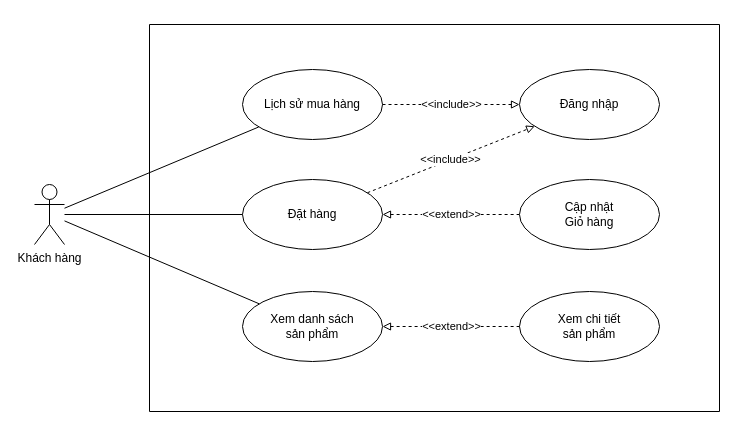
This is page "Page-1" (1 of 5) of Nam3_HK1/CNPM_SoftTech/Usecase Diagrams/UD_4_SalesPage.drawio from EdgarIgnite16/SGU-Course, a draw.io file, before an edit. Source tidied: cells renumbered, new cells numbered last; positions are measured from the earlier drawing's top-left corner, leaving out a move shared by most shapes. Both pictures are drawn from the tidied source at 100%, with x=0, y=0 at pixel (34, 24).
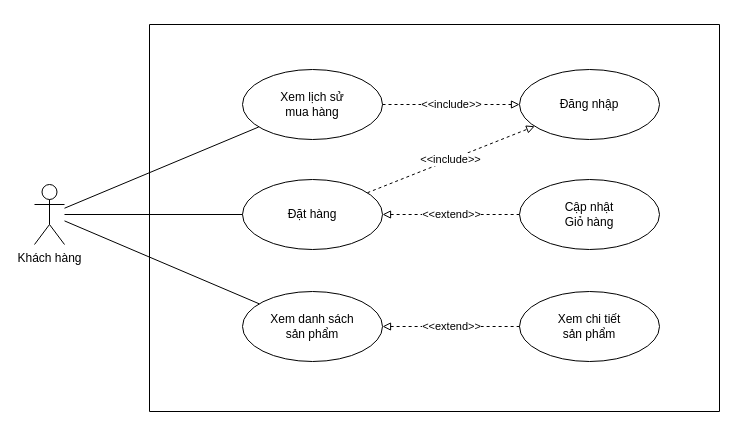
After the change.

Diff of the diagram source:
```diff
@@
 <mxGraphModel>
   <root>
     <mxCell id="0" />
     <mxCell id="1" parent="0" />
     <mxCell id="2" style="edgeStyle=none;rounded=0;jettySize=auto;html=1;startArrow=none;startFill=0;endArrow=none;endFill=0;" parent="1" edge="1" source="3" target="9">
       <mxGeometry relative="1" as="geometry" />
     </mxCell>
     <mxCell id="3" value="Khách hàng" style="shape=umlActor;verticalLabelPosition=bottom;verticalAlign=top;html=1;outlineConnect=0;" parent="1" vertex="1">
       <mxGeometry y="160" width="30" height="60" as="geometry" />
     </mxCell>
     <mxCell id="4" style="swimlane;startSize=0;" parent="1" vertex="1">
       <mxGeometry x="115" width="570" height="387" as="geometry" />
     </mxCell>
     <mxCell id="5" value="Đăng nhập" style="ellipse;whiteSpace=wrap;html=1;" parent="4" vertex="1">
       <mxGeometry x="370" y="45" width="140" height="70" as="geometry" />
     </mxCell>
     <mxCell id="6" value="&amp;lt;&amp;lt;include&amp;gt;&amp;gt;" style="edgeStyle=none;rounded=0;jettySize=auto;html=1;startArrow=none;startFill=0;endArrow=block;endFill=0;dashed=1;" parent="4" edge="1" source="7" target="5">
       <mxGeometry relative="1" as="geometry" />
     </mxCell>
     <mxCell id="7" value="Đặt hàng" style="ellipse;whiteSpace=wrap;html=1;" parent="4" vertex="1">
       <mxGeometry x="93" y="155" width="140" height="70" as="geometry" />
     </mxCell>
     <mxCell id="8" value="&amp;lt;&amp;lt;extend&amp;gt;&amp;gt;" style="edgeStyle=none;rounded=0;jettySize=auto;html=1;startArrow=block;startFill=0;endArrow=none;endFill=0;dashed=1;" parent="4" edge="1" source="7" target="11">
       <mxGeometry relative="1" as="geometry" />
     </mxCell>
-    <mxCell id="9" value="Lịch sử mua hàng" style="ellipse;whiteSpace=wrap;html=1;" parent="4" vertex="1">
+    <mxCell id="9" value="Xem lịch sử&lt;br&gt;mua hàng" style="ellipse;whiteSpace=wrap;html=1;" parent="4" vertex="1">
       <mxGeometry x="93" y="45" width="140" height="70" as="geometry" />
     </mxCell>
     <mxCell id="10" value="&amp;lt;&amp;lt;include&amp;gt;&amp;gt;" style="edgeStyle=none;rounded=0;jettySize=auto;html=1;startArrow=none;startFill=0;endArrow=block;endFill=0;dashed=1;" parent="4" edge="1" source="9" target="5">
       <mxGeometry relative="1" as="geometry" />
     </mxCell>
     <mxCell id="11" value="Cập nhật&lt;br&gt;Giỏ hàng" style="ellipse;whiteSpace=wrap;html=1;" parent="4" vertex="1">
       <mxGeometry x="370" y="155" width="140" height="70" as="geometry" />
     </mxCell>
     <mxCell id="12" value="Xem danh sách &lt;br&gt;sản phẩm" style="ellipse;whiteSpace=wrap;html=1;" parent="4" vertex="1">
       <mxGeometry x="93" y="267" width="140" height="70" as="geometry" />
     </mxCell>
     <mxCell id="13" value="Xem chi tiết&lt;br&gt;sản phẩm" style="ellipse;whiteSpace=wrap;html=1;" parent="4" vertex="1">
       <mxGeometry x="370" y="267" width="140" height="70" as="geometry" />
     </mxCell>
     <mxCell id="14" value="&amp;lt;&amp;lt;extend&amp;gt;&amp;gt;" style="edgeStyle=none;rounded=0;jettySize=auto;html=1;startArrow=block;startFill=0;endArrow=none;endFill=0;dashed=1;" parent="4" edge="1" source="12" target="13">
       <mxGeometry relative="1" as="geometry" />
     </mxCell>
     <mxCell id="15" style="edgeStyle=none;rounded=0;orthogonalLoop=1;jettySize=auto;html=1;exitX=0.5;exitY=0;exitDx=0;exitDy=0;dashed=1;strokeColor=default;" parent="1" edge="1" source="4" target="4">
       <mxGeometry relative="1" as="geometry" />
     </mxCell>
     <mxCell id="16" style="rounded=0;jettySize=auto;html=1;endArrow=none;endFill=0;" parent="1" edge="1" source="3" target="7">
       <mxGeometry relative="1" as="geometry" />
     </mxCell>
     <mxCell id="17" style="edgeStyle=none;rounded=0;jettySize=auto;html=1;startArrow=none;startFill=0;endArrow=none;endFill=0;" parent="1" edge="1" source="3" target="12">
       <mxGeometry relative="1" as="geometry" />
     </mxCell>
   </root>
 </mxGraphModel>
```
